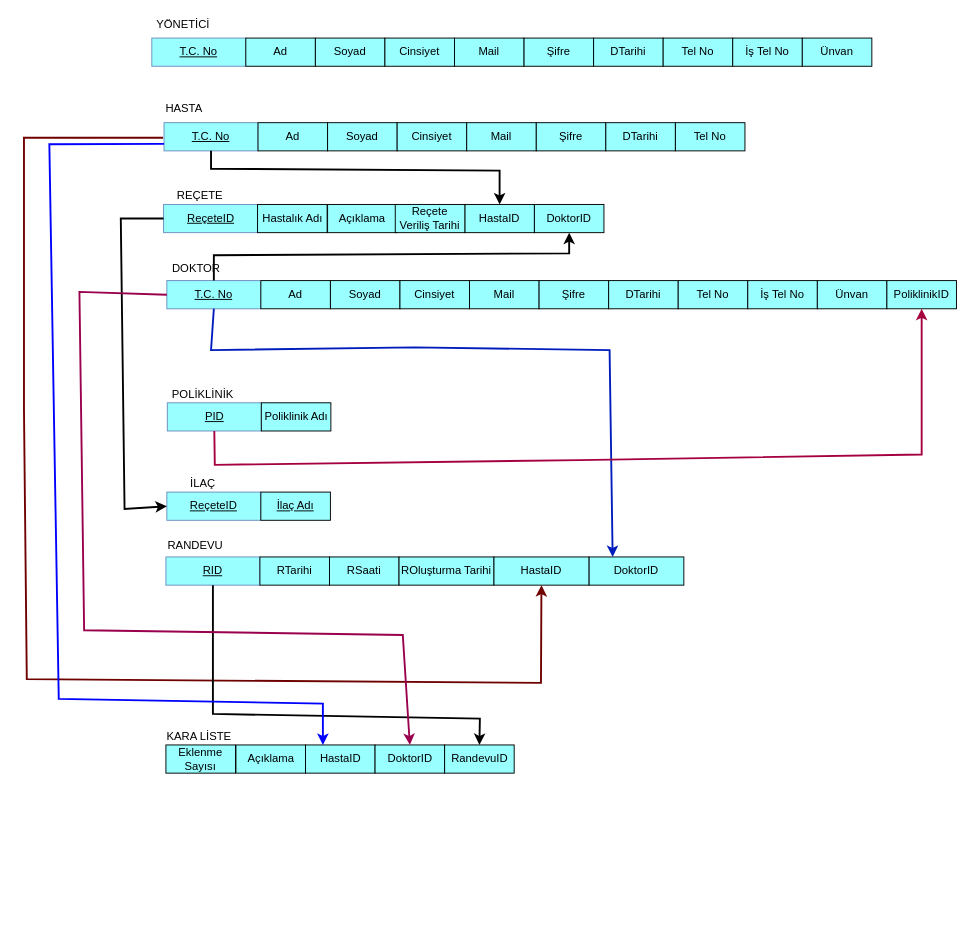
Before: DBTasarım/İlişkisel Tasarım.drawio in Karani42Karaman/hospital-appointment-system, a draw.io diagram. Source tidied: cells renumbered, new cells numbered last; positions are measured from the earlier drawing's top-left corner, leaving out a move shared by most shapes. Both pictures are drawn from the tidied source at 94%, with x=0, y=0 at pixel (24, 16).
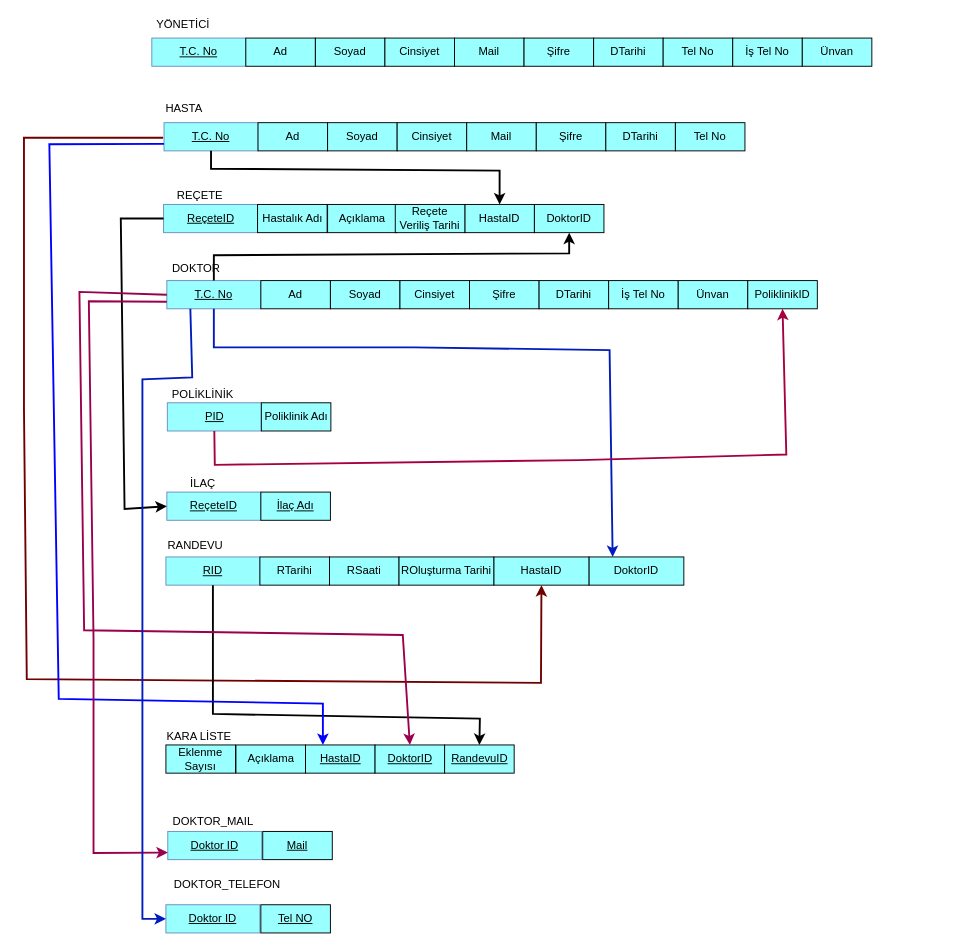
The same diagram, later.

Unchanged cells that the change refers to:
```xml
<mxCell id="22" value="&lt;u&gt;T.C. No&lt;/u&gt;" style="whiteSpace=wrap;html=1;align=center;fillColor=#99FFFF;strokeColor=#6c8ebf;" parent="1" vertex="1">
  <mxGeometry x="152" y="281" width="100" height="30" as="geometry" />
</mxCell>
<mxCell id="38" value="&lt;u&gt;PID&lt;/u&gt;" style="whiteSpace=wrap;html=1;align=center;fillColor=#99FFFF;strokeColor=#6c8ebf;" parent="1" vertex="1">
  <mxGeometry x="152.5" y="411" width="100" height="30" as="geometry" />
</mxCell>
<mxCell id="42" value="DoktorID" style="rounded=0;whiteSpace=wrap;html=1;labelBackgroundColor=none;fillColor=#99FFFF;" parent="1" vertex="1">
  <mxGeometry x="601" y="575" width="101" height="30" as="geometry" />
</mxCell>
```

The edit, as a diff of the source:
```diff
@@
-    <mxCell id="27" value="Mail" style="rounded=0;whiteSpace=wrap;html=1;labelBackgroundColor=none;fillColor=#99FFFF;" parent="1" vertex="1">
-      <mxGeometry x="474" y="281" width="74" height="30" as="geometry" />
-    </mxCell>
     <mxCell id="28" value="Şifre" style="rounded=0;whiteSpace=wrap;html=1;labelBackgroundColor=none;fillColor=#99FFFF;" parent="1" vertex="1">
-      <mxGeometry x="548" y="281" width="74" height="30" as="geometry" />
+      <mxGeometry x="474" y="281" width="74" height="30" as="geometry" />
     </mxCell>
     <mxCell id="29" value="DTarihi" style="rounded=0;whiteSpace=wrap;html=1;labelBackgroundColor=none;fillColor=#99FFFF;" parent="1" vertex="1">
-      <mxGeometry x="622" y="281" width="74" height="30" as="geometry" />
+      <mxGeometry x="548" y="281" width="74" height="30" as="geometry" />
     </mxCell>
-    <mxCell id="30" value="Tel No" style="rounded=0;whiteSpace=wrap;html=1;labelBackgroundColor=none;fillColor=#99FFFF;" parent="1" vertex="1">
-      <mxGeometry x="696" y="281" width="74" height="30" as="geometry" />
-    </mxCell>
     <mxCell id="31" value="İş Tel No" style="rounded=0;whiteSpace=wrap;html=1;labelBackgroundColor=none;fillColor=#99FFFF;" parent="1" vertex="1">
-      <mxGeometry x="770" y="281" width="74" height="30" as="geometry" />
+      <mxGeometry x="622" y="281" width="74" height="30" as="geometry" />
     </mxCell>
     <mxCell id="32" value="Ünvan" style="rounded=0;whiteSpace=wrap;html=1;labelBackgroundColor=none;fillColor=#99FFFF;" parent="1" vertex="1">
-      <mxGeometry x="844" y="281" width="74" height="30" as="geometry" />
+      <mxGeometry x="696" y="281" width="74" height="30" as="geometry" />
     </mxCell>
@@
     <mxCell id="43" style="endArrow=classic;html=1;rounded=0;strokeWidth=2;exitX=0.5;exitY=1;exitDx=0;exitDy=0;entryX=0.25;entryY=0;entryDx=0;entryDy=0;fillColor=#0050ef;strokeColor=#001DBC;" parent="1" edge="1" source="22" target="42">
       <mxGeometry relative="1" as="geometry">
         <Array as="points">
-          <mxPoint x="199" y="355" />
+          <mxPoint x="202" y="352" />
           <mxPoint x="415" y="352" />
           <mxPoint x="623" y="355" />
         </Array>
       </mxGeometry>
     </mxCell>
@@
     <mxCell id="45" value="PoliklinikID" style="rounded=0;whiteSpace=wrap;html=1;labelBackgroundColor=none;fillColor=#99FFFF;" parent="1" vertex="1">
-      <mxGeometry x="918" y="281" width="74" height="30" as="geometry" />
+      <mxGeometry x="770" y="281" width="74" height="30" as="geometry" />
     </mxCell>
     <mxCell id="46" style="endArrow=classic;html=1;rounded=0;strokeWidth=2;exitX=0.5;exitY=1;exitDx=0;exitDy=0;entryX=0.5;entryY=1;entryDx=0;entryDy=0;fillColor=#d80073;strokeColor=#A50040;" parent="1" edge="1" source="38" target="45">
       <mxGeometry relative="1" as="geometry">
         <Array as="points">
           <mxPoint x="203" y="477" />
           <mxPoint x="591" y="472" />
-          <mxPoint x="955" y="466" />
+          <mxPoint x="811" y="466" />
         </Array>
       </mxGeometry>
     </mxCell>
@@
-    <mxCell id="62" value="HastaID" style="rounded=0;whiteSpace=wrap;html=1;labelBackgroundColor=none;fillColor=#99FFFF;fontStyle=0;" parent="1" vertex="1">
+    <mxCell id="62" value="HastaID" style="rounded=0;whiteSpace=wrap;html=1;labelBackgroundColor=none;fillColor=#99FFFF;fontStyle=4;" parent="1" vertex="1">
       <mxGeometry x="299.5" y="775" width="74" height="30" as="geometry" />
     </mxCell>
-    <mxCell id="63" value="DoktorID" style="rounded=0;whiteSpace=wrap;html=1;labelBackgroundColor=none;fillColor=#99FFFF;fontStyle=0;" parent="1" vertex="1">
+    <mxCell id="63" value="DoktorID" style="rounded=0;whiteSpace=wrap;html=1;labelBackgroundColor=none;fillColor=#99FFFF;fontStyle=4;" parent="1" vertex="1">
       <mxGeometry x="373.5" y="775" width="74" height="30" as="geometry" />
     </mxCell>
-    <mxCell id="64" value="RandevuID" style="rounded=0;whiteSpace=wrap;html=1;labelBackgroundColor=none;fillColor=#99FFFF;fontStyle=0;" parent="1" vertex="1">
+    <mxCell id="64" value="RandevuID" style="rounded=0;whiteSpace=wrap;html=1;labelBackgroundColor=none;fillColor=#99FFFF;fontStyle=4;" parent="1" vertex="1">
       <mxGeometry x="447.5" y="775" width="74" height="30" as="geometry" />
     </mxCell>
@@
+    <mxCell id="69" value="&lt;u&gt;Doktor ID&lt;/u&gt;" style="whiteSpace=wrap;html=1;align=center;fillColor=#99FFFF;strokeColor=#6c8ebf;" parent="1" vertex="1">
+      <mxGeometry x="153" y="867" width="100" height="30" as="geometry" />
+    </mxCell>
+    <mxCell id="70" value="DOKTOR_MAIL" style="text;html=1;align=center;verticalAlign=middle;strokeColor=none;fillColor=none;" parent="1" vertex="1">
+      <mxGeometry x="151" y="847" width="100" height="20" as="geometry" />
+    </mxCell>
+    <mxCell id="71" value="DOKTOR_TELEFON" style="text;html=1;align=center;verticalAlign=middle;strokeColor=none;fillColor=none;" parent="1" vertex="1">
+      <mxGeometry x="151" y="914" width="130" height="20" as="geometry" />
+    </mxCell>
+    <mxCell id="27" value="Mail" style="rounded=0;whiteSpace=wrap;html=1;labelBackgroundColor=none;fillColor=#99FFFF;fontStyle=4;" parent="1" vertex="1">
+      <mxGeometry x="254" y="867" width="74" height="30" as="geometry" />
+    </mxCell>
+    <mxCell id="72" value="&lt;u&gt;Doktor ID&lt;/u&gt;" style="whiteSpace=wrap;html=1;align=center;fillColor=#99FFFF;strokeColor=#6c8ebf;" parent="1" vertex="1">
+      <mxGeometry x="151" y="945" width="100" height="30" as="geometry" />
+    </mxCell>
+    <mxCell id="73" value="Tel NO" style="rounded=0;whiteSpace=wrap;html=1;labelBackgroundColor=none;fillColor=#99FFFF;fontStyle=4;" parent="1" vertex="1">
+      <mxGeometry x="252" y="945" width="74" height="30" as="geometry" />
+    </mxCell>
+    <mxCell id="74" style="endArrow=classic;html=1;rounded=0;strokeWidth=2;strokeColor=#99004D;exitX=0;exitY=0.75;exitDx=0;exitDy=0;entryX=0;entryY=0.75;entryDx=0;entryDy=0;" parent="1" edge="1" source="22" target="69">
+      <mxGeometry relative="1" as="geometry">
+        <Array as="points">
+          <mxPoint x="69" y="303" />
+          <mxPoint x="74" y="663" />
+          <mxPoint x="74" y="890" />
+        </Array>
+      </mxGeometry>
+    </mxCell>
+    <mxCell id="75" style="endArrow=classic;html=1;rounded=0;strokeWidth=2;fillColor=#0050ef;strokeColor=#001DBC;exitX=0.25;exitY=1;exitDx=0;exitDy=0;entryX=0;entryY=0.5;entryDx=0;entryDy=0;" parent="1" edge="1" source="22" target="72">
+      <mxGeometry relative="1" as="geometry">
+        <Array as="points">
+          <mxPoint x="179" y="384" />
+          <mxPoint x="126" y="386" />
+          <mxPoint x="126" y="960" />
+        </Array>
+      </mxGeometry>
+    </mxCell>
```
